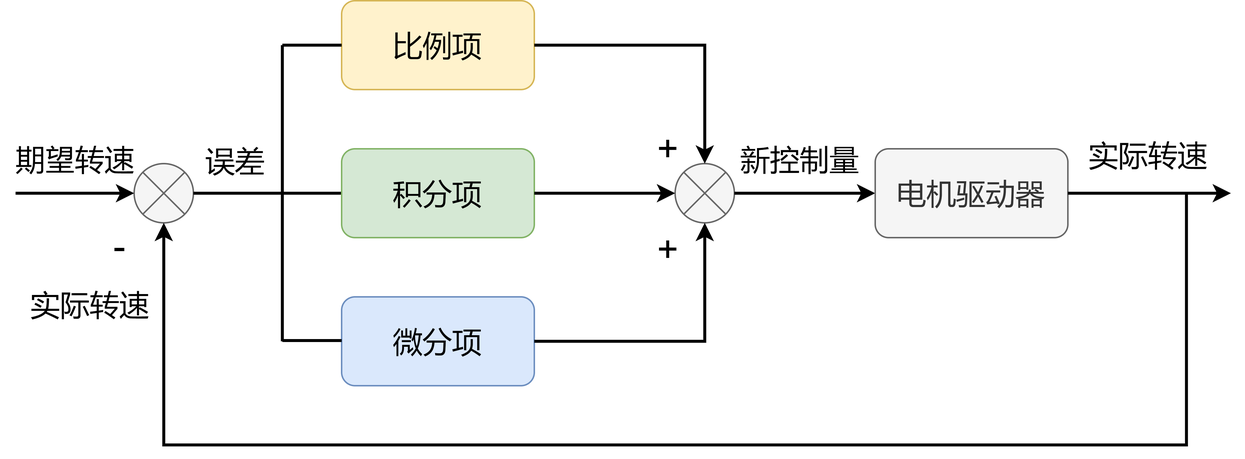
This is Fig/pid.png from limiiii/paper, a draw.io export, as it was before one commit. Source tidied: cells renumbered, new cells last; positions are measured from the earlier drawing's top-left corner, leaving out a move shared by most shapes. Source of this version:
```xml
<mxGraphModel math="1">
  <root>
    <mxCell id="0" />
    <mxCell id="1" parent="0" />
    <mxCell id="2" style="shape=sumEllipse;perimeter=ellipsePerimeter;whiteSpace=wrap;html=1;backgroundOutline=1;fillColor=#f5f5f5;fontColor=#333333;strokeColor=#666666;" parent="1" vertex="1">
      <mxGeometry x="90" y="110" width="40" height="40" as="geometry" />
    </mxCell>
    <mxCell id="3" style="endArrow=classic;html=1;rounded=0;entryX=0;entryY=0.5;entryDx=0;entryDy=0;strokeWidth=2;" parent="1" edge="1" target="2">
      <mxGeometry relative="1" as="geometry">
        <mxPoint x="10" y="130" as="sourcePoint" />
      </mxGeometry>
    </mxCell>
    <mxCell id="4" style="endArrow=none;html=1;rounded=0;exitX=1;exitY=0.5;exitDx=0;exitDy=0;strokeWidth=2;" parent="1" edge="1" source="2">
      <mxGeometry relative="1" as="geometry">
        <mxPoint x="230" y="130" as="targetPoint" />
      </mxGeometry>
    </mxCell>
    <mxCell id="5" value="&lt;span style=&quot;font-size: 20px&quot;&gt;比例项&lt;/span&gt;" style="rounded=1;whiteSpace=wrap;html=1;fillColor=#fff2cc;strokeColor=#d6b656;" parent="1" vertex="1">
      <mxGeometry x="230" width="130" height="60" as="geometry" />
    </mxCell>
    <mxCell id="6" value="&lt;font style=&quot;font-size: 20px&quot;&gt;积分项&lt;/font&gt;" style="rounded=1;whiteSpace=wrap;html=1;fillColor=#d5e8d4;strokeColor=#82b366;" parent="1" vertex="1">
      <mxGeometry x="230" y="100" width="130" height="60" as="geometry" />
    </mxCell>
    <mxCell id="7" value="&lt;font style=&quot;font-size: 20px&quot;&gt;微分项&lt;/font&gt;" style="rounded=1;whiteSpace=wrap;html=1;fillColor=#dae8fc;strokeColor=#6c8ebf;" parent="1" vertex="1">
      <mxGeometry x="230" y="200" width="130" height="60" as="geometry" />
    </mxCell>
    <mxCell id="8" style="shape=sumEllipse;perimeter=ellipsePerimeter;whiteSpace=wrap;html=1;backgroundOutline=1;fillColor=#f5f5f5;fontColor=#333333;strokeColor=#666666;" parent="1" vertex="1">
      <mxGeometry x="455" y="110" width="40" height="40" as="geometry" />
    </mxCell>
    <mxCell id="9" style="endArrow=none;html=1;rounded=0;fontSize=20;entryX=0;entryY=0.5;entryDx=0;entryDy=0;strokeWidth=2;" parent="1" edge="1" target="5">
      <mxGeometry relative="1" as="geometry">
        <mxPoint x="190" y="30" as="sourcePoint" />
      </mxGeometry>
    </mxCell>
    <mxCell id="10" style="endArrow=none;html=1;rounded=0;fontSize=20;entryX=0;entryY=0.5;entryDx=0;entryDy=0;strokeWidth=2;" parent="1" edge="1">
      <mxGeometry relative="1" as="geometry">
        <mxPoint x="190" y="229.5" as="sourcePoint" />
        <mxPoint x="230" y="229.5" as="targetPoint" />
      </mxGeometry>
    </mxCell>
    <mxCell id="11" style="endArrow=none;html=1;rounded=0;fontSize=20;strokeWidth=2;" parent="1" edge="1">
      <mxGeometry relative="1" as="geometry">
        <mxPoint x="190" y="230" as="sourcePoint" />
        <mxPoint x="190" y="30" as="targetPoint" />
      </mxGeometry>
    </mxCell>
    <mxCell id="12" style="endArrow=classic;html=1;rounded=0;fontSize=20;exitX=1;exitY=0.5;exitDx=0;exitDy=0;entryX=0;entryY=0.5;entryDx=0;entryDy=0;strokeWidth=2;" parent="1" edge="1" source="6" target="8">
      <mxGeometry relative="1" as="geometry" />
    </mxCell>
    <mxCell id="13" style="endArrow=classic;html=1;rounded=0;fontSize=20;exitX=1;exitY=0.5;exitDx=0;exitDy=0;entryX=0.5;entryY=0;entryDx=0;entryDy=0;strokeWidth=2;" parent="1" edge="1" source="5" target="8">
      <mxGeometry relative="1" as="geometry">
        <Array as="points">
          <mxPoint x="475" y="30" />
        </Array>
      </mxGeometry>
    </mxCell>
    <mxCell id="14" style="endArrow=classic;html=1;rounded=0;fontSize=20;exitX=1;exitY=0.5;exitDx=0;exitDy=0;entryX=0.5;entryY=1;entryDx=0;entryDy=0;strokeWidth=2;" parent="1" edge="1" source="7" target="8">
      <mxGeometry relative="1" as="geometry">
        <Array as="points">
          <mxPoint x="475" y="230" />
        </Array>
      </mxGeometry>
    </mxCell>
    <mxCell id="15" style="endArrow=classic;html=1;rounded=0;fontSize=20;exitX=1;exitY=0.5;exitDx=0;exitDy=0;entryX=0;entryY=0.5;entryDx=0;entryDy=0;strokeWidth=2;" parent="1" edge="1" source="8" target="16">
      <mxGeometry relative="1" as="geometry" />
    </mxCell>
    <mxCell id="16" value="&lt;font style=&quot;font-size: 20px&quot;&gt;电机驱动器&lt;/font&gt;" style="rounded=1;whiteSpace=wrap;html=1;fillColor=#f5f5f5;fontColor=#333333;strokeColor=#666666;" parent="1" vertex="1">
      <mxGeometry x="590" y="100" width="130" height="60" as="geometry" />
    </mxCell>
    <mxCell id="17" value="新控制量" style="text;html=1;align=center;verticalAlign=middle;strokeColor=none;fillColor=none;fontSize=20;" parent="1" vertex="1">
      <mxGeometry x="489" y="92" width="100" height="30" as="geometry" />
    </mxCell>
    <mxCell id="18" style="endArrow=classic;html=1;rounded=0;fontSize=20;exitX=1;exitY=0.5;exitDx=0;exitDy=0;strokeWidth=2;" parent="1" edge="1" source="16">
      <mxGeometry relative="1" as="geometry">
        <mxPoint x="830" y="130" as="targetPoint" />
      </mxGeometry>
    </mxCell>
    <mxCell id="19" value="实际转速" style="text;html=1;align=center;verticalAlign=middle;strokeColor=none;fillColor=none;fontSize=20;" parent="1" vertex="1">
      <mxGeometry x="724" y="89" width="100" height="30" as="geometry" />
    </mxCell>
    <mxCell id="20" style="endArrow=classic;html=1;rounded=0;fontSize=20;entryX=0.5;entryY=1;entryDx=0;entryDy=0;strokeWidth=2;" parent="1" edge="1" target="2">
      <mxGeometry relative="1" as="geometry">
        <mxPoint x="800" y="130" as="sourcePoint" />
        <Array as="points">
          <mxPoint x="800" y="300" />
          <mxPoint x="110" y="300" />
        </Array>
      </mxGeometry>
    </mxCell>
    <mxCell id="21" value="期望转速" style="text;html=1;align=center;verticalAlign=middle;strokeColor=none;fillColor=none;fontSize=20;" parent="1" vertex="1">
      <mxGeometry y="92" width="100" height="30" as="geometry" />
    </mxCell>
    <mxCell id="22" value="误差" style="text;html=1;align=center;verticalAlign=middle;strokeColor=none;fillColor=none;fontSize=20;" parent="1" vertex="1">
      <mxGeometry x="128" y="93" width="60" height="30" as="geometry" />
    </mxCell>
    <mxCell id="23" value="实际转速" style="text;html=1;align=center;verticalAlign=middle;strokeColor=none;fillColor=none;fontSize=20;" parent="1" vertex="1">
      <mxGeometry x="10" y="190" width="100" height="30" as="geometry" />
    </mxCell>
    <mxCell id="24" value="&lt;font style=&quot;font-size: 25px&quot;&gt;-&lt;/font&gt;" style="text;html=1;align=center;verticalAlign=middle;strokeColor=none;fillColor=none;fontSize=20;" parent="1" vertex="1">
      <mxGeometry x="70" y="150" width="20" height="30" as="geometry" />
    </mxCell>
    <mxCell id="25" value="+" style="text;html=1;align=center;verticalAlign=middle;strokeColor=none;fillColor=none;fontSize=25;" parent="1" vertex="1">
      <mxGeometry x="435" y="79" width="30" height="40" as="geometry" />
    </mxCell>
    <mxCell id="26" value="+" style="text;html=1;align=center;verticalAlign=middle;strokeColor=none;fillColor=none;fontSize=25;" parent="1" vertex="1">
      <mxGeometry x="435" y="147" width="30" height="40" as="geometry" />
    </mxCell>
  </root>
</mxGraphModel>
```
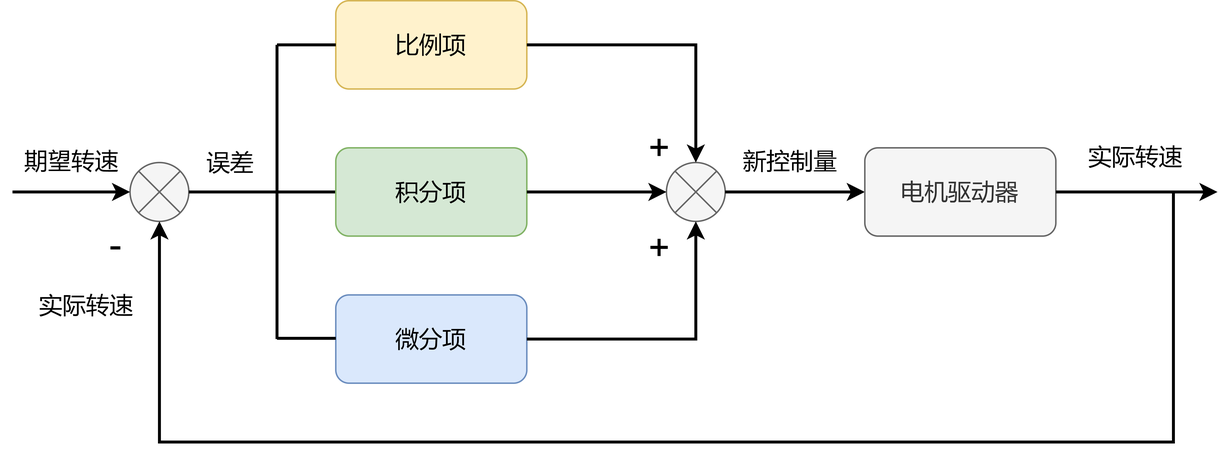
Later version of the same file.

What changed in the source:
```diff
@@ -15,13 +15,13 @@
         <mxPoint x="230" y="130" as="targetPoint" />
       </mxGeometry>
     </mxCell>
-    <mxCell id="5" value="&lt;span style=&quot;font-size: 20px&quot;&gt;比例项&lt;/span&gt;" style="rounded=1;whiteSpace=wrap;html=1;fillColor=#fff2cc;strokeColor=#d6b656;" parent="1" vertex="1">
+    <mxCell id="5" value="&lt;font style=&quot;font-size: 16px&quot;&gt;比例项&lt;/font&gt;" style="rounded=1;whiteSpace=wrap;html=1;fillColor=#fff2cc;strokeColor=#d6b656;" parent="1" vertex="1">
       <mxGeometry x="230" width="130" height="60" as="geometry" />
     </mxCell>
-    <mxCell id="6" value="&lt;font style=&quot;font-size: 20px&quot;&gt;积分项&lt;/font&gt;" style="rounded=1;whiteSpace=wrap;html=1;fillColor=#d5e8d4;strokeColor=#82b366;" parent="1" vertex="1">
+    <mxCell id="6" value="&lt;font style=&quot;font-size: 16px&quot;&gt;积分项&lt;/font&gt;" style="rounded=1;whiteSpace=wrap;html=1;fillColor=#d5e8d4;strokeColor=#82b366;" parent="1" vertex="1">
       <mxGeometry x="230" y="100" width="130" height="60" as="geometry" />
     </mxCell>
-    <mxCell id="7" value="&lt;font style=&quot;font-size: 20px&quot;&gt;微分项&lt;/font&gt;" style="rounded=1;whiteSpace=wrap;html=1;fillColor=#dae8fc;strokeColor=#6c8ebf;" parent="1" vertex="1">
+    <mxCell id="7" value="&lt;font style=&quot;font-size: 16px&quot;&gt;微分项&lt;/font&gt;" style="rounded=1;whiteSpace=wrap;html=1;fillColor=#dae8fc;strokeColor=#6c8ebf;" parent="1" vertex="1">
       <mxGeometry x="230" y="200" width="130" height="60" as="geometry" />
     </mxCell>
     <mxCell id="8" style="shape=sumEllipse;perimeter=ellipsePerimeter;whiteSpace=wrap;html=1;backgroundOutline=1;fillColor=#f5f5f5;fontColor=#333333;strokeColor=#666666;" parent="1" vertex="1">
@@ -64,19 +64,19 @@
     <mxCell id="15" style="endArrow=classic;html=1;rounded=0;fontSize=20;exitX=1;exitY=0.5;exitDx=0;exitDy=0;entryX=0;entryY=0.5;entryDx=0;entryDy=0;strokeWidth=2;" parent="1" edge="1" source="8" target="16">
       <mxGeometry relative="1" as="geometry" />
     </mxCell>
-    <mxCell id="16" value="&lt;font style=&quot;font-size: 20px&quot;&gt;电机驱动器&lt;/font&gt;" style="rounded=1;whiteSpace=wrap;html=1;fillColor=#f5f5f5;fontColor=#333333;strokeColor=#666666;" parent="1" vertex="1">
+    <mxCell id="16" value="&lt;font style=&quot;font-size: 16px&quot;&gt;电机驱动器&lt;/font&gt;" style="rounded=1;whiteSpace=wrap;html=1;fillColor=#f5f5f5;fontColor=#333333;strokeColor=#666666;" parent="1" vertex="1">
       <mxGeometry x="590" y="100" width="130" height="60" as="geometry" />
     </mxCell>
-    <mxCell id="17" value="新控制量" style="text;html=1;align=center;verticalAlign=middle;strokeColor=none;fillColor=none;fontSize=20;" parent="1" vertex="1">
-      <mxGeometry x="489" y="92" width="100" height="30" as="geometry" />
+    <mxCell id="17" value="&lt;font style=&quot;font-size: 16px&quot;&gt;新控制量&lt;/font&gt;" style="text;html=1;align=center;verticalAlign=middle;strokeColor=none;fillColor=none;fontSize=20;" parent="1" vertex="1">
+      <mxGeometry x="499" y="92" width="80" height="30" as="geometry" />
     </mxCell>
     <mxCell id="18" style="endArrow=classic;html=1;rounded=0;fontSize=20;exitX=1;exitY=0.5;exitDx=0;exitDy=0;strokeWidth=2;" parent="1" edge="1" source="16">
       <mxGeometry relative="1" as="geometry">
         <mxPoint x="830" y="130" as="targetPoint" />
       </mxGeometry>
     </mxCell>
-    <mxCell id="19" value="实际转速" style="text;html=1;align=center;verticalAlign=middle;strokeColor=none;fillColor=none;fontSize=20;" parent="1" vertex="1">
-      <mxGeometry x="724" y="89" width="100" height="30" as="geometry" />
+    <mxCell id="19" value="&lt;font style=&quot;font-size: 16px&quot;&gt;实际转速&lt;/font&gt;" style="text;html=1;align=center;verticalAlign=middle;strokeColor=none;fillColor=none;fontSize=20;" parent="1" vertex="1">
+      <mxGeometry x="734" y="89" width="80" height="30" as="geometry" />
     </mxCell>
     <mxCell id="20" style="endArrow=classic;html=1;rounded=0;fontSize=20;entryX=0.5;entryY=1;entryDx=0;entryDy=0;strokeWidth=2;" parent="1" edge="1" target="2">
       <mxGeometry relative="1" as="geometry">
@@ -87,14 +87,14 @@
         </Array>
       </mxGeometry>
     </mxCell>
-    <mxCell id="21" value="期望转速" style="text;html=1;align=center;verticalAlign=middle;strokeColor=none;fillColor=none;fontSize=20;" parent="1" vertex="1">
-      <mxGeometry y="92" width="100" height="30" as="geometry" />
+    <mxCell id="21" value="&lt;font style=&quot;font-size: 16px&quot;&gt;期望转速&lt;/font&gt;" style="text;html=1;align=center;verticalAlign=middle;strokeColor=none;fillColor=none;fontSize=20;" parent="1" vertex="1">
+      <mxGeometry x="10" y="92" width="80" height="30" as="geometry" />
     </mxCell>
-    <mxCell id="22" value="误差" style="text;html=1;align=center;verticalAlign=middle;strokeColor=none;fillColor=none;fontSize=20;" parent="1" vertex="1">
-      <mxGeometry x="128" y="93" width="60" height="30" as="geometry" />
+    <mxCell id="22" value="&lt;font style=&quot;font-size: 16px&quot;&gt;误差&lt;/font&gt;" style="text;html=1;align=center;verticalAlign=middle;strokeColor=none;fillColor=none;fontSize=20;" parent="1" vertex="1">
+      <mxGeometry x="133" y="93" width="50" height="30" as="geometry" />
     </mxCell>
-    <mxCell id="23" value="实际转速" style="text;html=1;align=center;verticalAlign=middle;strokeColor=none;fillColor=none;fontSize=20;" parent="1" vertex="1">
-      <mxGeometry x="10" y="190" width="100" height="30" as="geometry" />
+    <mxCell id="23" value="&lt;font style=&quot;font-size: 16px&quot;&gt;实际转速&lt;/font&gt;" style="text;html=1;align=center;verticalAlign=middle;strokeColor=none;fillColor=none;fontSize=20;" parent="1" vertex="1">
+      <mxGeometry x="20" y="190" width="80" height="30" as="geometry" />
     </mxCell>
     <mxCell id="24" value="&lt;font style=&quot;font-size: 25px&quot;&gt;-&lt;/font&gt;" style="text;html=1;align=center;verticalAlign=middle;strokeColor=none;fillColor=none;fontSize=20;" parent="1" vertex="1">
       <mxGeometry x="70" y="150" width="20" height="30" as="geometry" />
```
